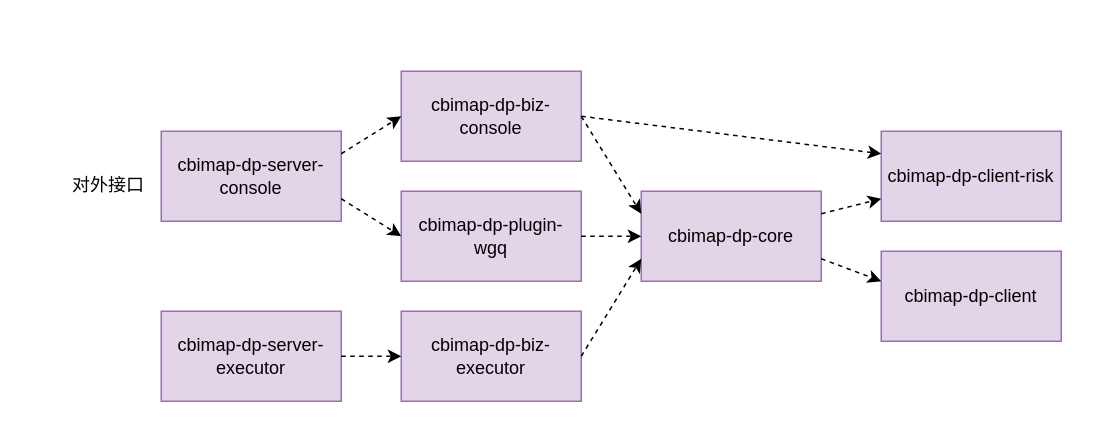
SlidingEagle/draw.io keeps this draw.io diagram as YiTongRiskControl.drawio. Above is the earlier version. Source tidied: cells renumbered, new cells numbered last; positions are measured from the earlier drawing's top-left corner, leaving out a move shared by most shapes. Both pictures are drawn from the tidied source at 150%, with x=0, y=0 at pixel (56, 70).
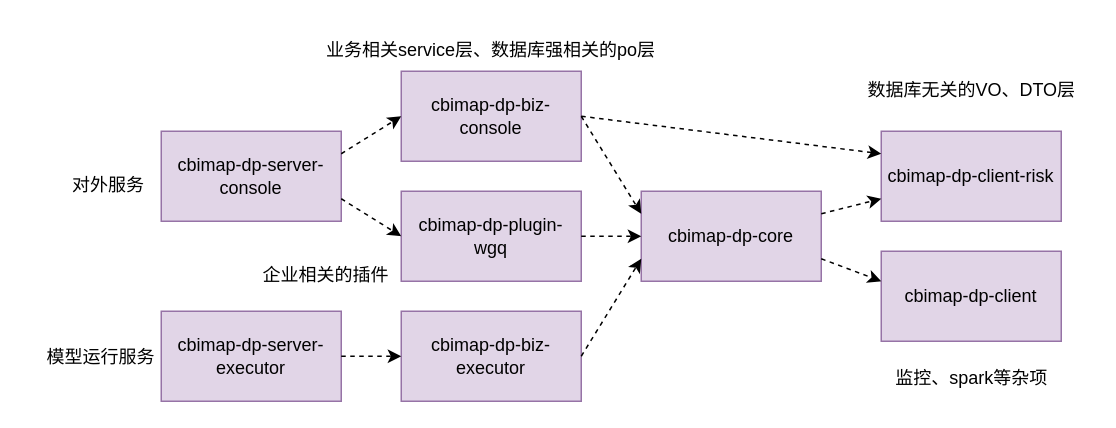
Above is the later version.

What changed in the source:
```diff
@@
-    <mxCell id="9" value="对外接口" style="text;align=center;verticalAlign=middle;strokeColor=none;fillColor=none;fontSize=12;" parent="1" vertex="1">
+    <mxCell id="9" value="对外服务" style="text;align=center;verticalAlign=middle;strokeColor=none;fillColor=none;fontSize=12;" parent="1" vertex="1">
       <mxGeometry y="60" width="70" height="30" as="geometry" />
     </mxCell>
@@
+    <mxCell id="20" value="模型运行服务" style="text;align=center;verticalAlign=middle;strokeColor=none;fillColor=none;fontSize=12;" parent="1" vertex="1">
+      <mxGeometry x="-20" y="175" width="100" height="30" as="geometry" />
+    </mxCell>
+    <mxCell id="21" value="企业相关的插件" style="text;align=center;verticalAlign=middle;strokeColor=none;fillColor=none;fontSize=12;" parent="1" vertex="1">
+      <mxGeometry x="125" y="120" width="110" height="30" as="geometry" />
+    </mxCell>
+    <mxCell id="22" value="业务相关service层、数据库强相关的po层" style="text;align=center;verticalAlign=middle;strokeColor=none;fillColor=none;fontSize=12;" parent="1" vertex="1">
+      <mxGeometry x="170" y="-30" width="240" height="30" as="geometry" />
+    </mxCell>
+    <mxCell id="23" value="监控、spark等杂项" style="text;html=1;align=center;verticalAlign=middle;strokeColor=none;fillColor=none;" parent="1" vertex="1">
+      <mxGeometry x="550" y="190" width="120" height="30" as="geometry" />
+    </mxCell>
+    <mxCell id="24" value="数据库无关的VO、DTO层" style="text;html=1;align=center;verticalAlign=middle;strokeColor=none;fillColor=none;" parent="1" vertex="1">
+      <mxGeometry x="530" y="-2" width="160" height="30" as="geometry" />
+    </mxCell>
```
